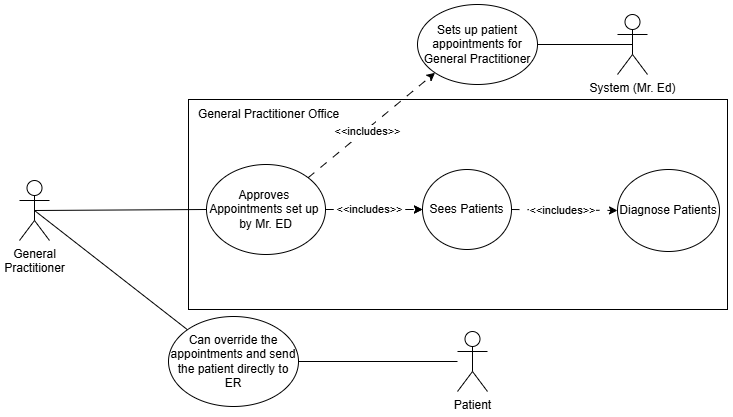
This is AmirWork/M3/General_Practitioner_UseCaseDiagram.drawio.png from SENG-350-2024-fall/Team9, a draw.io export, as it was before one commit. Source tidied: cells renumbered, new cells last; positions are measured from the earlier drawing's top-left corner, leaving out a move shared by most shapes. Source of this version:
```xml
<mxGraphModel background="#FFFFFF">
  <root>
    <mxCell id="0" />
    <mxCell id="1" parent="0" />
    <mxCell id="2" style="rounded=0;whiteSpace=wrap;html=1;" parent="1" vertex="1">
      <mxGeometry x="169" y="95" width="539" height="210" as="geometry" />
    </mxCell>
    <mxCell id="3" style="rounded=0;jettySize=auto;html=1;exitX=0.5;exitY=0.5;exitDx=0;exitDy=0;exitPerimeter=0;entryX=0;entryY=0.5;entryDx=0;entryDy=0;endArrow=none;endFill=0;" parent="1" edge="1" source="5" target="13">
      <mxGeometry relative="1" as="geometry" />
    </mxCell>
    <mxCell id="4" style="rounded=0;jettySize=auto;html=1;exitX=0.5;exitY=0.5;exitDx=0;exitDy=0;exitPerimeter=0;entryX=0;entryY=0;entryDx=0;entryDy=0;endArrow=none;endFill=0;" parent="1" edge="1" source="5" target="10">
      <mxGeometry relative="1" as="geometry" />
    </mxCell>
    <mxCell id="5" value="General&lt;div&gt;Practitioner&lt;/div&gt;" style="shape=umlActor;verticalLabelPosition=bottom;verticalAlign=top;html=1;outlineConnect=0;" parent="1" vertex="1">
      <mxGeometry y="176" width="30" height="60" as="geometry" />
    </mxCell>
    <mxCell id="6" value="Patient" style="shape=umlActor;verticalLabelPosition=bottom;verticalAlign=top;html=1;outlineConnect=0;" parent="1" vertex="1">
      <mxGeometry x="438" y="327" width="30" height="60" as="geometry" />
    </mxCell>
    <mxCell id="7" value="Sees Patients" style="ellipse;whiteSpace=wrap;html=1;" parent="1" vertex="1">
      <mxGeometry x="403" y="165" width="89" height="80" as="geometry" />
    </mxCell>
    <mxCell id="8" value="Diagnose Patients" style="ellipse;whiteSpace=wrap;html=1;" parent="1" vertex="1">
      <mxGeometry x="598" y="165" width="102" height="82" as="geometry" />
    </mxCell>
    <mxCell id="9" style="edgeStyle=orthogonalEdgeStyle;rounded=0;jettySize=auto;html=1;exitX=1;exitY=0.5;exitDx=0;exitDy=0;endArrow=none;endFill=0;" parent="1" edge="1" source="10" target="6">
      <mxGeometry relative="1" as="geometry" />
    </mxCell>
    <mxCell id="10" value="Can override the appointments and send the patient directly to ER" style="ellipse;whiteSpace=wrap;html=1;" parent="1" vertex="1">
      <mxGeometry x="149" y="312" width="130" height="90" as="geometry" />
    </mxCell>
    <mxCell id="11" style="edgeStyle=orthogonalEdgeStyle;rounded=0;jettySize=auto;html=1;exitX=1;exitY=0.5;exitDx=0;exitDy=0;entryX=0;entryY=0.5;entryDx=0;entryDy=0;startArrow=none;startFill=0;endArrow=classic;endFill=1;dashed=1;dashPattern=8 8;" parent="1" edge="1" source="13" target="7">
      <mxGeometry relative="1" as="geometry" />
    </mxCell>
    <mxCell id="12" value="&amp;lt;&amp;lt;includes&amp;gt;&amp;gt;" style="edgeLabel;html=1;align=center;verticalAlign=middle;" parent="11" vertex="1">
      <mxGeometry x="-0.01" y="-2" relative="1" as="geometry">
        <mxPoint x="-5" y="-2" as="offset" />
      </mxGeometry>
    </mxCell>
    <mxCell id="13" value="&lt;div&gt;&lt;span style=&quot;background-color: initial;&quot;&gt;Approves&amp;nbsp;&lt;/span&gt;&lt;/div&gt;&lt;div&gt;Appointments set up&amp;nbsp;&lt;/div&gt;&lt;div&gt;by Mr. ED&lt;/div&gt;" style="ellipse;whiteSpace=wrap;html=1;" parent="1" vertex="1">
      <mxGeometry x="187" y="160" width="119" height="90" as="geometry" />
    </mxCell>
    <mxCell id="14" value="Sets up patient appointments for General Practitioner" style="ellipse;whiteSpace=wrap;html=1;" parent="1" vertex="1">
      <mxGeometry x="398" width="120" height="80" as="geometry" />
    </mxCell>
    <mxCell id="15" style="rounded=0;jettySize=auto;html=1;exitX=0.5;exitY=0.5;exitDx=0;exitDy=0;exitPerimeter=0;entryX=1;entryY=0.5;entryDx=0;entryDy=0;endArrow=none;endFill=0;" parent="1" edge="1" source="16" target="14">
      <mxGeometry relative="1" as="geometry" />
    </mxCell>
    <mxCell id="16" value="System (Mr. Ed)" style="shape=umlActor;verticalLabelPosition=bottom;verticalAlign=top;html=1;outlineConnect=0;" parent="1" vertex="1">
      <mxGeometry x="598" y="10" width="30" height="60" as="geometry" />
    </mxCell>
    <mxCell id="17" value="General Practitioner Office" style="text;html=1;align=center;verticalAlign=middle;whiteSpace=wrap;rounded=0;" parent="1" vertex="1">
      <mxGeometry x="162" y="95" width="175" height="30" as="geometry" />
    </mxCell>
    <mxCell id="18" style="edgeStyle=orthogonalEdgeStyle;rounded=0;orthogonalLoop=1;jettySize=auto;html=1;exitX=1;exitY=0.5;exitDx=0;exitDy=0;entryX=0;entryY=0.5;entryDx=0;entryDy=0;startArrow=none;startFill=0;endArrow=classic;endFill=1;dashed=1;dashPattern=8 8;" parent="1" edge="1">
      <mxGeometry relative="1" as="geometry">
        <mxPoint x="306" y="205" as="sourcePoint" />
        <mxPoint x="403" y="205" as="targetPoint" />
      </mxGeometry>
    </mxCell>
    <mxCell id="19" value="&amp;lt;&amp;lt;includes&amp;gt;&amp;gt;" style="edgeLabel;html=1;align=center;verticalAlign=middle;" parent="18" vertex="1">
      <mxGeometry x="-0.01" y="-2" relative="1" as="geometry">
        <mxPoint x="-5" y="-2" as="offset" />
      </mxGeometry>
    </mxCell>
    <mxCell id="20" style="rounded=0;jettySize=auto;html=1;exitX=1;exitY=0.5;exitDx=0;exitDy=0;entryX=0;entryY=0.5;entryDx=0;entryDy=0;startArrow=none;startFill=0;endArrow=classic;endFill=1;dashed=1;dashPattern=8 8;" parent="1" edge="1" source="7" target="8">
      <mxGeometry relative="1" as="geometry" />
    </mxCell>
    <mxCell id="21" value="&amp;lt;&amp;lt;includes&amp;gt;&amp;gt;" style="edgeLabel;html=1;align=center;verticalAlign=middle;" parent="20" vertex="1">
      <mxGeometry x="-0.01" y="-2" relative="1" as="geometry">
        <mxPoint x="-2" y="-2" as="offset" />
      </mxGeometry>
    </mxCell>
    <mxCell id="22" style="rounded=0;jettySize=auto;html=1;exitX=1;exitY=0;exitDx=0;exitDy=0;entryX=0;entryY=1;entryDx=0;entryDy=0;startArrow=none;startFill=0;endArrow=classic;endFill=1;dashed=1;dashPattern=8 8;" parent="1" edge="1" source="13" target="14">
      <mxGeometry relative="1" as="geometry" />
    </mxCell>
    <mxCell id="23" value="&amp;lt;&amp;lt;includes&amp;gt;&amp;gt;" style="edgeLabel;html=1;align=center;verticalAlign=middle;" parent="22" vertex="1">
      <mxGeometry x="-0.01" y="-2" relative="1" as="geometry">
        <mxPoint x="-5" y="4" as="offset" />
      </mxGeometry>
    </mxCell>
  </root>
</mxGraphModel>
```
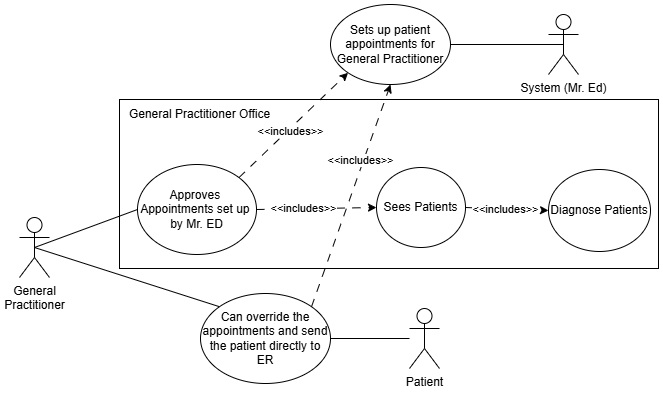
Later version of the same file.

What changed in the source:
```diff
@@ -3,7 +3,7 @@
     <mxCell id="0" />
     <mxCell id="1" parent="0" />
     <mxCell id="2" style="rounded=0;whiteSpace=wrap;html=1;" parent="1" vertex="1">
-      <mxGeometry x="169" y="95" width="539" height="210" as="geometry" />
+      <mxGeometry x="169" y="95" width="539" height="169" as="geometry" />
     </mxCell>
     <mxCell id="3" style="rounded=0;jettySize=auto;html=1;exitX=0.5;exitY=0.5;exitDx=0;exitDy=0;exitPerimeter=0;entryX=0;entryY=0.5;entryDx=0;entryDy=0;endArrow=none;endFill=0;" parent="1" edge="1" source="5" target="13">
       <mxGeometry relative="1" as="geometry" />
@@ -12,36 +12,36 @@
       <mxGeometry relative="1" as="geometry" />
     </mxCell>
     <mxCell id="5" value="General&lt;div&gt;Practitioner&lt;/div&gt;" style="shape=umlActor;verticalLabelPosition=bottom;verticalAlign=top;html=1;outlineConnect=0;" parent="1" vertex="1">
-      <mxGeometry y="176" width="30" height="60" as="geometry" />
+      <mxGeometry x="69" y="213" width="30" height="60" as="geometry" />
     </mxCell>
     <mxCell id="6" value="Patient" style="shape=umlActor;verticalLabelPosition=bottom;verticalAlign=top;html=1;outlineConnect=0;" parent="1" vertex="1">
-      <mxGeometry x="438" y="327" width="30" height="60" as="geometry" />
+      <mxGeometry x="459" y="304" width="30" height="60" as="geometry" />
     </mxCell>
     <mxCell id="7" value="Sees Patients" style="ellipse;whiteSpace=wrap;html=1;" parent="1" vertex="1">
-      <mxGeometry x="403" y="165" width="89" height="80" as="geometry" />
+      <mxGeometry x="426" y="163" width="89" height="80" as="geometry" />
     </mxCell>
     <mxCell id="8" value="Diagnose Patients" style="ellipse;whiteSpace=wrap;html=1;" parent="1" vertex="1">
       <mxGeometry x="598" y="165" width="102" height="82" as="geometry" />
     </mxCell>
-    <mxCell id="9" style="edgeStyle=orthogonalEdgeStyle;rounded=0;jettySize=auto;html=1;exitX=1;exitY=0.5;exitDx=0;exitDy=0;endArrow=none;endFill=0;" parent="1" edge="1" source="10" target="6">
+    <mxCell id="9" style="rounded=0;jettySize=auto;html=1;exitX=1;exitY=0.5;exitDx=0;exitDy=0;endArrow=none;endFill=0;" parent="1" edge="1" source="10" target="6">
       <mxGeometry relative="1" as="geometry" />
     </mxCell>
     <mxCell id="10" value="Can override the appointments and send the patient directly to ER" style="ellipse;whiteSpace=wrap;html=1;" parent="1" vertex="1">
-      <mxGeometry x="149" y="312" width="130" height="90" as="geometry" />
+      <mxGeometry x="250" y="289" width="130" height="90" as="geometry" />
     </mxCell>
-    <mxCell id="11" style="edgeStyle=orthogonalEdgeStyle;rounded=0;jettySize=auto;html=1;exitX=1;exitY=0.5;exitDx=0;exitDy=0;entryX=0;entryY=0.5;entryDx=0;entryDy=0;startArrow=none;startFill=0;endArrow=classic;endFill=1;dashed=1;dashPattern=8 8;" parent="1" edge="1" source="13" target="7">
+    <mxCell id="11" style="rounded=0;jettySize=auto;html=1;exitX=1;exitY=0.5;exitDx=0;exitDy=0;entryX=0;entryY=0.5;entryDx=0;entryDy=0;startArrow=none;startFill=0;endArrow=classic;endFill=1;dashed=1;dashPattern=8 8;" parent="1" edge="1" source="13" target="7">
       <mxGeometry relative="1" as="geometry" />
     </mxCell>
     <mxCell id="12" value="&amp;lt;&amp;lt;includes&amp;gt;&amp;gt;" style="edgeLabel;html=1;align=center;verticalAlign=middle;" parent="11" vertex="1">
       <mxGeometry x="-0.01" y="-2" relative="1" as="geometry">
-        <mxPoint x="-5" y="-2" as="offset" />
+        <mxPoint x="-12" y="-3" as="offset" />
       </mxGeometry>
     </mxCell>
     <mxCell id="13" value="&lt;div&gt;&lt;span style=&quot;background-color: initial;&quot;&gt;Approves&amp;nbsp;&lt;/span&gt;&lt;/div&gt;&lt;div&gt;Appointments set up&amp;nbsp;&lt;/div&gt;&lt;div&gt;by Mr. ED&lt;/div&gt;" style="ellipse;whiteSpace=wrap;html=1;" parent="1" vertex="1">
       <mxGeometry x="187" y="160" width="119" height="90" as="geometry" />
     </mxCell>
     <mxCell id="14" value="Sets up patient appointments for General Practitioner" style="ellipse;whiteSpace=wrap;html=1;" parent="1" vertex="1">
-      <mxGeometry x="398" width="120" height="80" as="geometry" />
+      <mxGeometry x="380" width="120" height="80" as="geometry" />
     </mxCell>
     <mxCell id="15" style="rounded=0;jettySize=auto;html=1;exitX=0.5;exitY=0.5;exitDx=0;exitDy=0;exitPerimeter=0;entryX=1;entryY=0.5;entryDx=0;entryDy=0;endArrow=none;endFill=0;" parent="1" edge="1" source="16" target="14">
       <mxGeometry relative="1" as="geometry" />
@@ -52,17 +52,6 @@
     <mxCell id="17" value="General Practitioner Office" style="text;html=1;align=center;verticalAlign=middle;whiteSpace=wrap;rounded=0;" parent="1" vertex="1">
       <mxGeometry x="162" y="95" width="175" height="30" as="geometry" />
     </mxCell>
-    <mxCell id="18" style="edgeStyle=orthogonalEdgeStyle;rounded=0;orthogonalLoop=1;jettySize=auto;html=1;exitX=1;exitY=0.5;exitDx=0;exitDy=0;entryX=0;entryY=0.5;entryDx=0;entryDy=0;startArrow=none;startFill=0;endArrow=classic;endFill=1;dashed=1;dashPattern=8 8;" parent="1" edge="1">
-      <mxGeometry relative="1" as="geometry">
-        <mxPoint x="306" y="205" as="sourcePoint" />
-        <mxPoint x="403" y="205" as="targetPoint" />
-      </mxGeometry>
-    </mxCell>
-    <mxCell id="19" value="&amp;lt;&amp;lt;includes&amp;gt;&amp;gt;" style="edgeLabel;html=1;align=center;verticalAlign=middle;" parent="18" vertex="1">
-      <mxGeometry x="-0.01" y="-2" relative="1" as="geometry">
-        <mxPoint x="-5" y="-2" as="offset" />
-      </mxGeometry>
-    </mxCell>
     <mxCell id="20" style="rounded=0;jettySize=auto;html=1;exitX=1;exitY=0.5;exitDx=0;exitDy=0;entryX=0;entryY=0.5;entryDx=0;entryDy=0;startArrow=none;startFill=0;endArrow=classic;endFill=1;dashed=1;dashPattern=8 8;" parent="1" edge="1" source="7" target="8">
       <mxGeometry relative="1" as="geometry" />
     </mxCell>
@@ -79,5 +68,13 @@
         <mxPoint x="-5" y="4" as="offset" />
       </mxGeometry>
     </mxCell>
+    <mxCell id="24" style="rounded=0;jettySize=auto;html=1;exitX=1;exitY=0;exitDx=0;exitDy=0;entryX=0.5;entryY=1;entryDx=0;entryDy=0;startArrow=none;startFill=0;endArrow=classic;endFill=1;dashed=1;dashPattern=8 8;" parent="1" edge="1" source="10" target="14">
+      <mxGeometry relative="1" as="geometry" />
+    </mxCell>
+    <mxCell id="19" value="&amp;lt;&amp;lt;includes&amp;gt;&amp;gt;" style="edgeLabel;html=1;align=center;verticalAlign=middle;" parent="24" vertex="1">
+      <mxGeometry x="-0.01" y="-2" relative="1" as="geometry">
+        <mxPoint x="8" y="-38" as="offset" />
+      </mxGeometry>
+    </mxCell>
   </root>
 </mxGraphModel>
```
